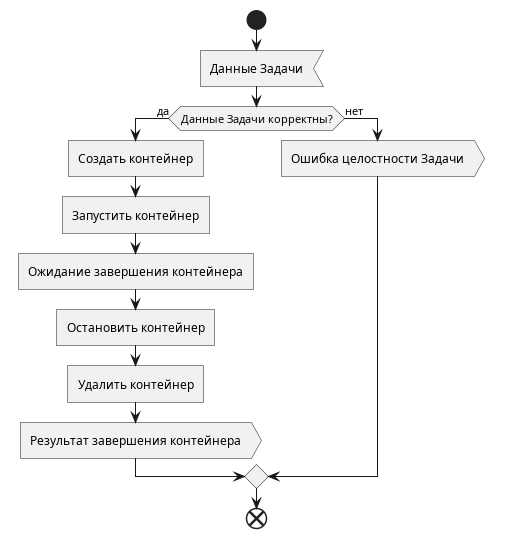
This is docs/diagrams/img/activity/Job.Worker/Docker.png from mrypdm/JobSystem, a PlantUML export, as it was before one commit.
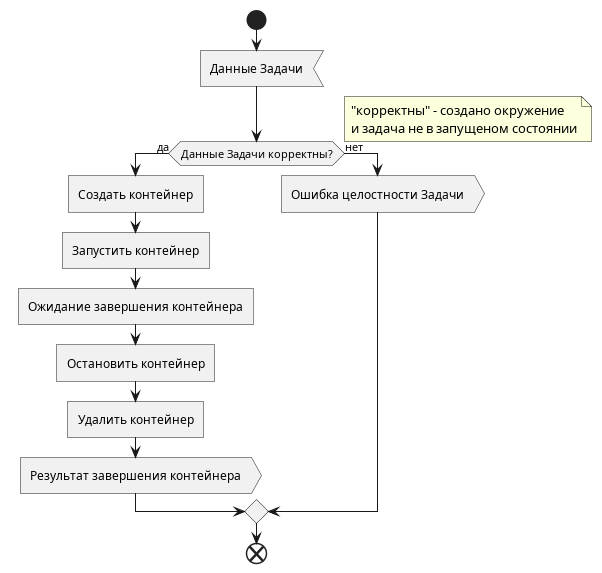
After the change.

Diff of the diagram source:
```diff
@@ -5,6 +5,10 @@
 :Данные Задачи<
 
 if (Данные Задачи корректны?) then (да)
+    note right
+        "корректны" - создано окружение
+        и задача не в запущеном состоянии
+    end note
     :Создать контейнер]
     :Запустить контейнер]
     :Ожидание завершения контейнера]
```
